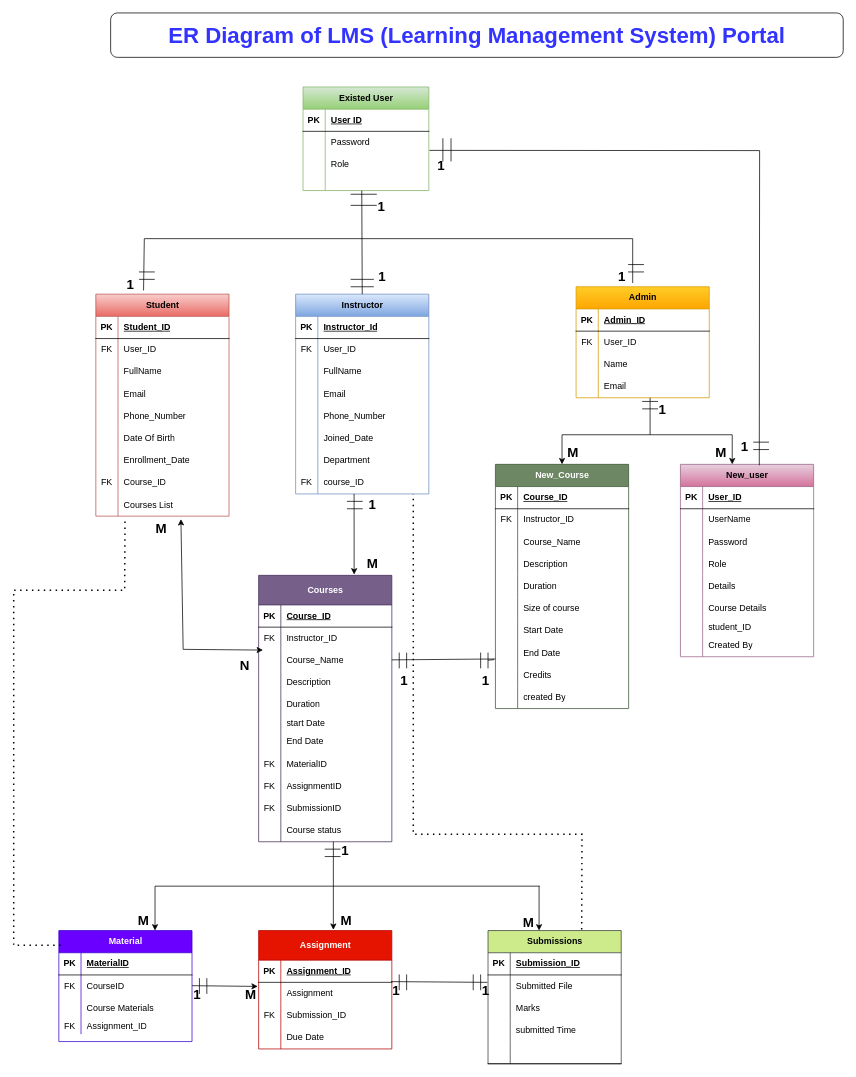
Before: ER_diagram_lms.drawio in Swapnaakula261/LMS_Portal, a draw.io diagram. Source tidied: cells renumbered, new cells numbered last; positions are measured from the earlier drawing's top-left corner, leaving out a move shared by most shapes. Both pictures are drawn from the tidied source at 74%, with x=0, y=0 at pixel (13, 13).
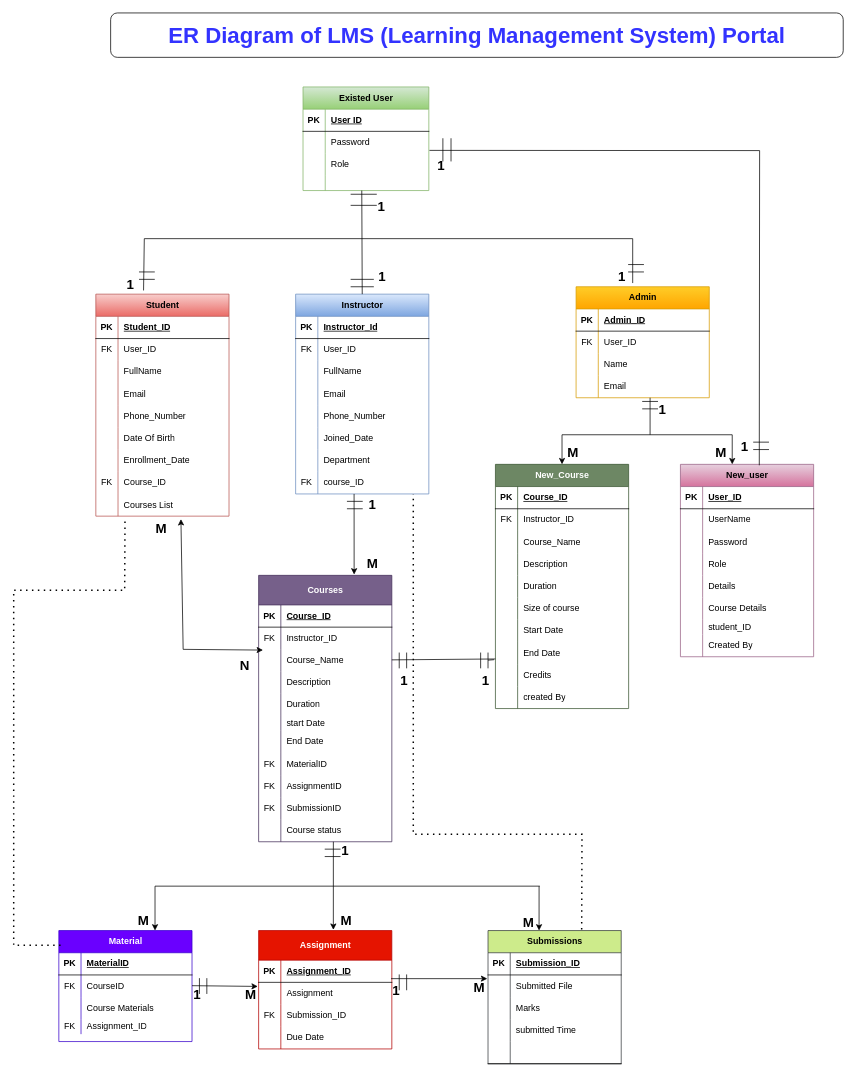
The same diagram, later.

Unchanged cells that the change refers to:
```xml
<mxCell id="222" value="&lt;div style=&quot;text-align: center;&quot;&gt;&lt;span style=&quot;background-color: transparent; color: light-dark(rgb(0, 0, 0), rgb(255, 255, 255)); font-size: 18px;&quot;&gt;&lt;b&gt;1&lt;/b&gt;&lt;/span&gt;&lt;/div&gt;" style="text;whiteSpace=wrap;html=1;" parent="1" vertex="1">
  <mxGeometry x="510" y="1305" width="70" height="40" as="geometry" />
</mxCell>
```

Change to the diagram source:
```diff
@@
-    <mxCell id="249" style="endArrow=none;html=1;rounded=0;" parent="1" edge="1">
-      <mxGeometry relative="1" as="geometry">
-        <mxPoint x="510" y="1309" as="sourcePoint" />
-        <mxPoint x="640" y="1310" as="targetPoint" />
-      </mxGeometry>
-    </mxCell>
-    <mxCell id="250" style="shape=partialRectangle;whiteSpace=wrap;html=1;top=0;bottom=0;fillColor=none;" parent="1" vertex="1">
-      <mxGeometry x="621" y="1300" width="10" height="20" as="geometry" />
-    </mxCell>
-    <mxCell id="251" value="&lt;div style=&quot;text-align: center;&quot;&gt;&lt;span style=&quot;background-color: transparent; color: light-dark(rgb(0, 0, 0), rgb(255, 255, 255)); font-size: 18px;&quot;&gt;&lt;b&gt;1&lt;/b&gt;&lt;/span&gt;&lt;/div&gt;" style="text;whiteSpace=wrap;html=1;" parent="1" vertex="1">
-      <mxGeometry x="631" y="1305" width="70" height="40" as="geometry" />
-    </mxCell>
@@
+    <mxCell id="268" value="&lt;div style=&quot;text-align: center;&quot;&gt;&lt;span style=&quot;font-size: 18px;&quot;&gt;&lt;b&gt;M&lt;/b&gt;&lt;/span&gt;&lt;/div&gt;" style="text;whiteSpace=wrap;html=1;" parent="1" vertex="1">
+      <mxGeometry x="620" y="1300" width="70" height="40" as="geometry" />
+    </mxCell>
+    <mxCell id="269" style="endArrow=classic;html=1;rounded=0;exitX=0;exitY=0;exitDx=0;exitDy=0;" parent="1" edge="1" source="222">
+      <mxGeometry relative="1" as="geometry">
+        <mxPoint x="640" y="1305" as="targetPoint" />
+      </mxGeometry>
+    </mxCell>
```
